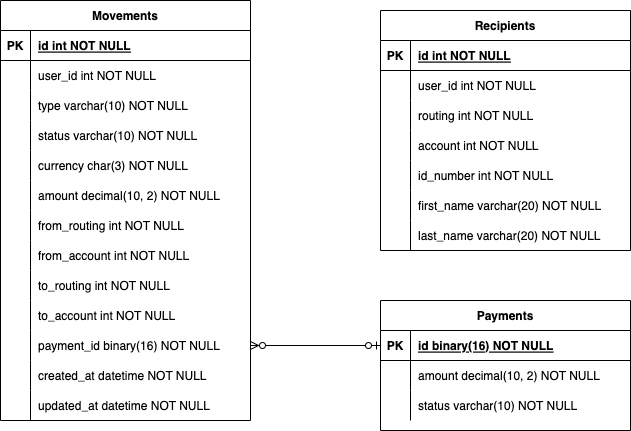
Before: docs/models.png, a diagram exported from draw.io (ariel17/ontop_challenge). Source tidied: cells renumbered, new cells last; positions are measured from the earlier drawing's top-left corner, leaving out a move shared by most shapes.
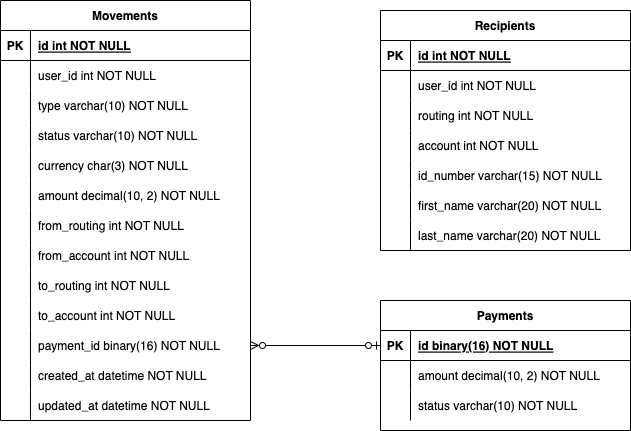
The same diagram one commit later.

Commit message:
Updates models diagram.

Diff of the diagram source:
```diff
@@ -197,7 +197,7 @@
     <mxCell id="66" style="shape=partialRectangle;overflow=hidden;fillColor=none;top=0;left=0;bottom=0;right=0;" parent="65" vertex="1">
       <mxGeometry width="30" height="30" as="geometry" />
     </mxCell>
-    <mxCell id="67" value="id_number int NOT NULL" style="shape=partialRectangle;overflow=hidden;fillColor=none;top=0;left=0;bottom=0;right=0;align=left;spacingLeft=6;" parent="65" vertex="1">
+    <mxCell id="67" value="id_number varchar(15) NOT NULL" style="shape=partialRectangle;overflow=hidden;fillColor=none;top=0;left=0;bottom=0;right=0;align=left;spacingLeft=6;" parent="65" vertex="1">
       <mxGeometry x="30" width="220" height="30" as="geometry" />
     </mxCell>
     <mxCell id="68" style="shape=partialRectangle;fillColor=none;top=0;left=0;right=0;bottom=0;" parent="52" vertex="1">
```
